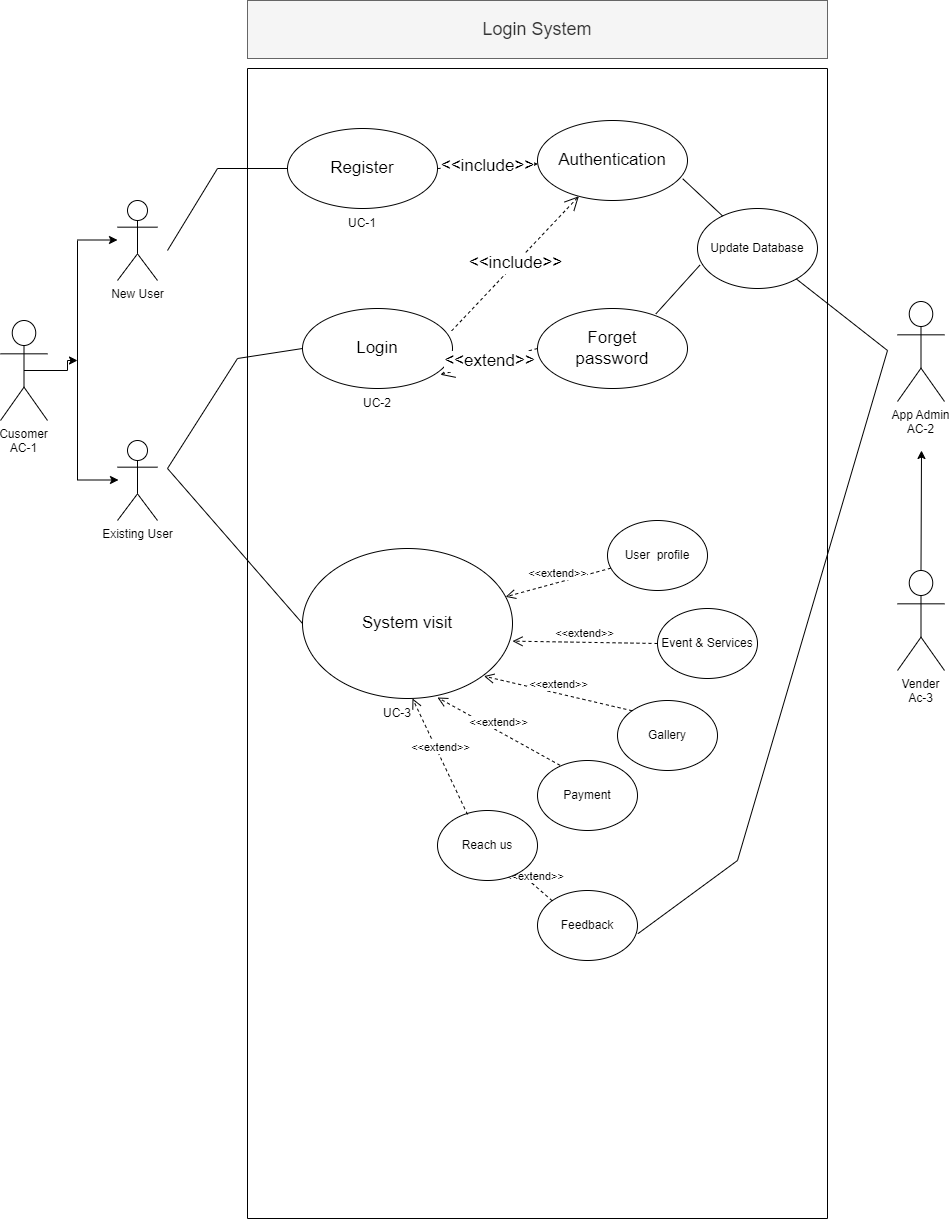
This is Login_form.drawio.png from BhavishyaBhojwani/Event-Management-System, a draw.io export, as it was before one commit. Source tidied: cells renumbered, new cells last; positions are measured from the earlier drawing's top-left corner, leaving out a move shared by most shapes.
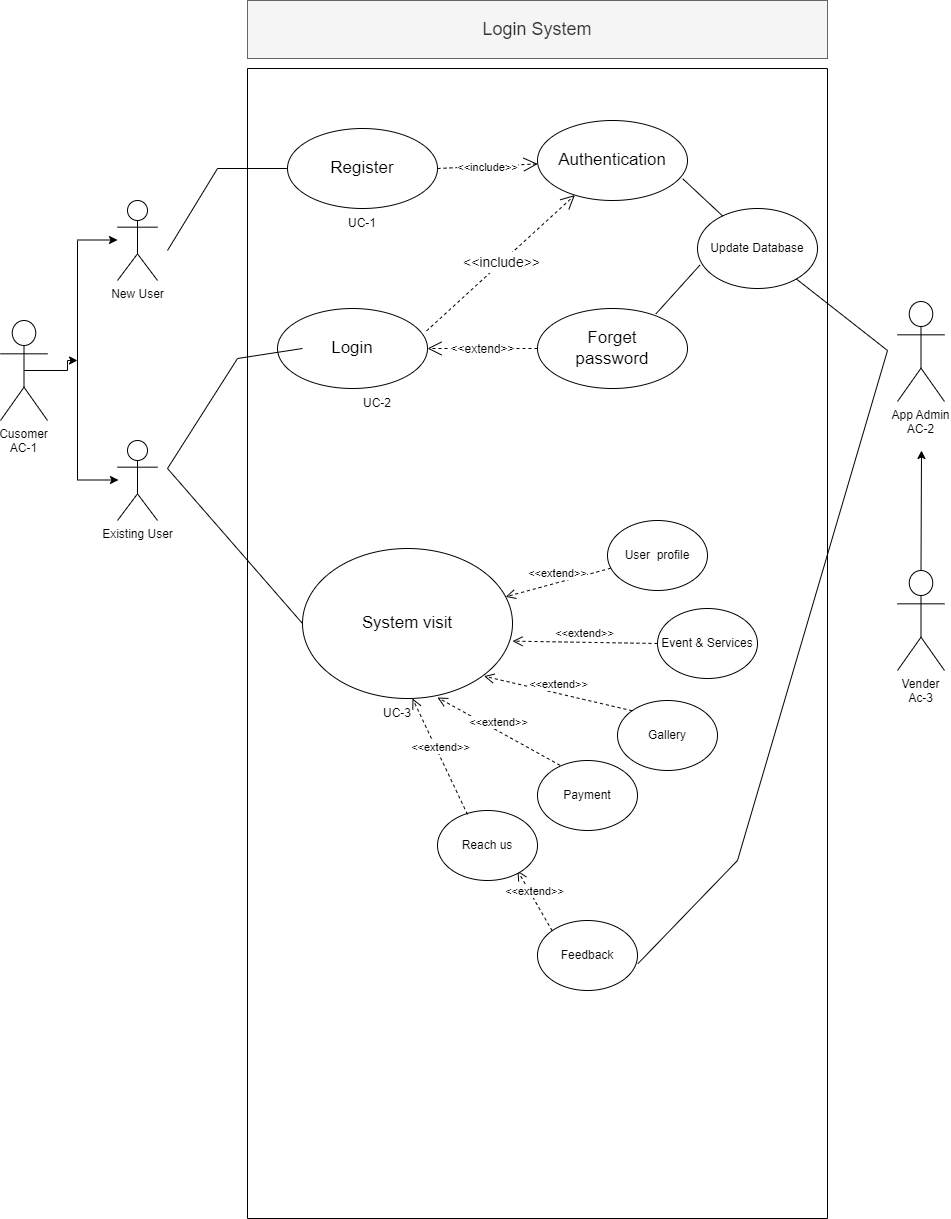
Above is the later version.

The edit, as a diff of the source:
```diff
@@ -41,7 +41,7 @@
       <mxGeometry x="40" y="60" width="150" height="80" as="geometry" />
     </mxCell>
     <mxCell id="11" value="Login" style="ellipse;whiteSpace=wrap;html=1;fontSize=17;" parent="9" vertex="1">
-      <mxGeometry x="55" y="240" width="150" height="80" as="geometry" />
+      <mxGeometry x="30" y="240" width="150" height="80" as="geometry" />
     </mxCell>
     <mxCell id="12" value="Authentication" style="ellipse;whiteSpace=wrap;html=1;fontSize=17;" parent="9" vertex="1">
       <mxGeometry x="290" y="52" width="150" height="80" as="geometry" />
@@ -49,16 +49,14 @@
     <mxCell id="13" value="Forget&lt;br&gt;password" style="ellipse;whiteSpace=wrap;html=1;fontSize=17;" parent="9" vertex="1">
       <mxGeometry x="290" y="240" width="150" height="80" as="geometry" />
     </mxCell>
-    <mxCell id="14" value="&amp;lt;&amp;lt;include&amp;gt;&amp;gt;" style="endArrow=open;endSize=12;dashed=1;html=1;rounded=0;fontSize=17;exitX=0.994;exitY=0.28;exitDx=0;exitDy=0;exitPerimeter=0;" parent="9" edge="1" source="11" target="12">
+    <mxCell id="14" value="&lt;font style=&quot;font-size: 14px;&quot;&gt;&amp;lt;&amp;lt;include&amp;gt;&amp;gt;&lt;/font&gt;" style="endArrow=open;endSize=12;dashed=1;html=1;rounded=0;fontSize=17;exitX=0.994;exitY=0.28;exitDx=0;exitDy=0;exitPerimeter=0;" parent="9" edge="1" source="11" target="12">
       <mxGeometry relative="1" as="geometry" />
     </mxCell>
-    <mxCell id="15" value="&amp;lt;&amp;lt;include&amp;gt;&amp;gt;" style="endArrow=open;endSize=12;dashed=1;html=1;rounded=0;fontSize=17;exitX=1;exitY=0.5;exitDx=0;exitDy=0;" parent="9" edge="1" source="10" target="12">
+    <mxCell id="15" value="&lt;font style=&quot;font-size: 11px;&quot;&gt;&amp;lt;&amp;lt;include&amp;gt;&amp;gt;&lt;/font&gt;" style="endArrow=open;endSize=12;dashed=1;html=1;rounded=0;fontSize=17;exitX=1;exitY=0.5;exitDx=0;exitDy=0;" parent="9" edge="1" source="10" target="12">
       <mxGeometry relative="1" as="geometry" />
     </mxCell>
-    <mxCell id="16" value="&amp;lt;&amp;lt;extend&amp;gt;&amp;gt;" style="endArrow=open;endSize=12;dashed=1;html=1;rounded=0;fontSize=17;entryX=0.926;entryY=0.828;entryDx=0;entryDy=0;entryPerimeter=0;exitX=0;exitY=0.5;exitDx=0;exitDy=0;" parent="9" edge="1" source="13">
-      <mxGeometry relative="1" as="geometry">
-        <mxPoint x="192.9" y="306.2" as="targetPoint" />
-      </mxGeometry>
+    <mxCell id="16" value="&lt;font style=&quot;font-size: 12px;&quot;&gt;&amp;lt;&amp;lt;extend&amp;gt;&amp;gt;&lt;/font&gt;" style="endArrow=open;endSize=12;dashed=1;html=1;rounded=0;fontSize=17;entryX=1;entryY=0.5;entryDx=0;entryDy=0;exitX=0;exitY=0.5;exitDx=0;exitDy=0;" parent="9" edge="1" source="13" target="11">
+      <mxGeometry relative="1" as="geometry" />
     </mxCell>
     <mxCell id="17" style="endArrow=none;html=1;rounded=0;fontSize=17;" parent="9" edge="1">
       <mxGeometry relative="1" as="geometry">
@@ -118,7 +116,7 @@
       </mxGeometry>
     </mxCell>
     <mxCell id="29" value="Feedback" style="ellipse;whiteSpace=wrap;html=1;" parent="9" vertex="1">
-      <mxGeometry x="290" y="822" width="100" height="70" as="geometry" />
+      <mxGeometry x="290" y="852" width="100" height="70" as="geometry" />
     </mxCell>
     <mxCell id="30" value="&amp;lt;&amp;lt;extend&amp;gt;&amp;gt;" style="html=1;verticalAlign=bottom;endArrow=open;dashed=1;endSize=8;rounded=0;exitX=0;exitY=0;exitDx=0;exitDy=0;" parent="9" edge="1" source="29">
       <mxGeometry relative="1" as="geometry">
```
